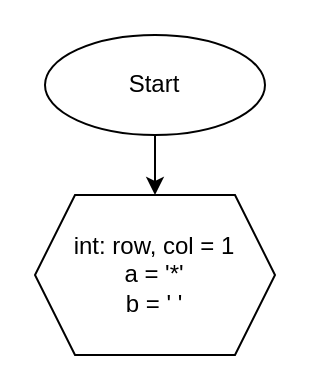
This is HollowSquare8086.drawio from 1nnocentia/Flowchart, a draw.io file, before an edit. Source tidied: cells renumbered, new cells numbered last; positions are measured from the earlier drawing's top-left corner, leaving out a move shared by most shapes. Both pictures are drawn from the tidied source at 200%, with x=0, y=0 at pixel (34, 34).
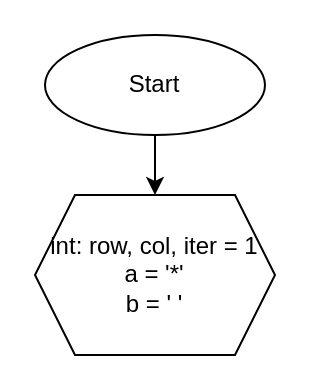
The same diagram, later.

The edit, as a diff of the source:
```diff
@@
 <mxGraphModel>
   <root>
     <mxCell id="0" />
     <mxCell id="1" parent="0" />
     <mxCell id="2" style="edgeStyle=orthogonalEdgeStyle;rounded=0;jettySize=auto;html=1;" parent="1" edge="1" source="3" target="4">
       <mxGeometry relative="1" as="geometry" />
     </mxCell>
     <mxCell id="3" value="Start" style="ellipse;whiteSpace=wrap;html=1;" parent="1" vertex="1">
       <mxGeometry x="5" width="110" height="50" as="geometry" />
     </mxCell>
-    <mxCell id="4" value="int: row, col = 1&lt;div&gt;a = '*'&lt;/div&gt;&lt;div&gt;b = ' '&lt;/div&gt;" style="shape=hexagon;perimeter=hexagonPerimeter2;whiteSpace=wrap;html=1;fixedSize=1;" parent="1" vertex="1">
+    <mxCell id="4" value="int: row, col, iter = 1&lt;div&gt;a = '*'&lt;/div&gt;&lt;div&gt;b = ' '&lt;/div&gt;" style="shape=hexagon;perimeter=hexagonPerimeter2;whiteSpace=wrap;html=1;fixedSize=1;" parent="1" vertex="1">
       <mxGeometry y="80" width="120" height="80" as="geometry" />
     </mxCell>
   </root>
 </mxGraphModel>
```
